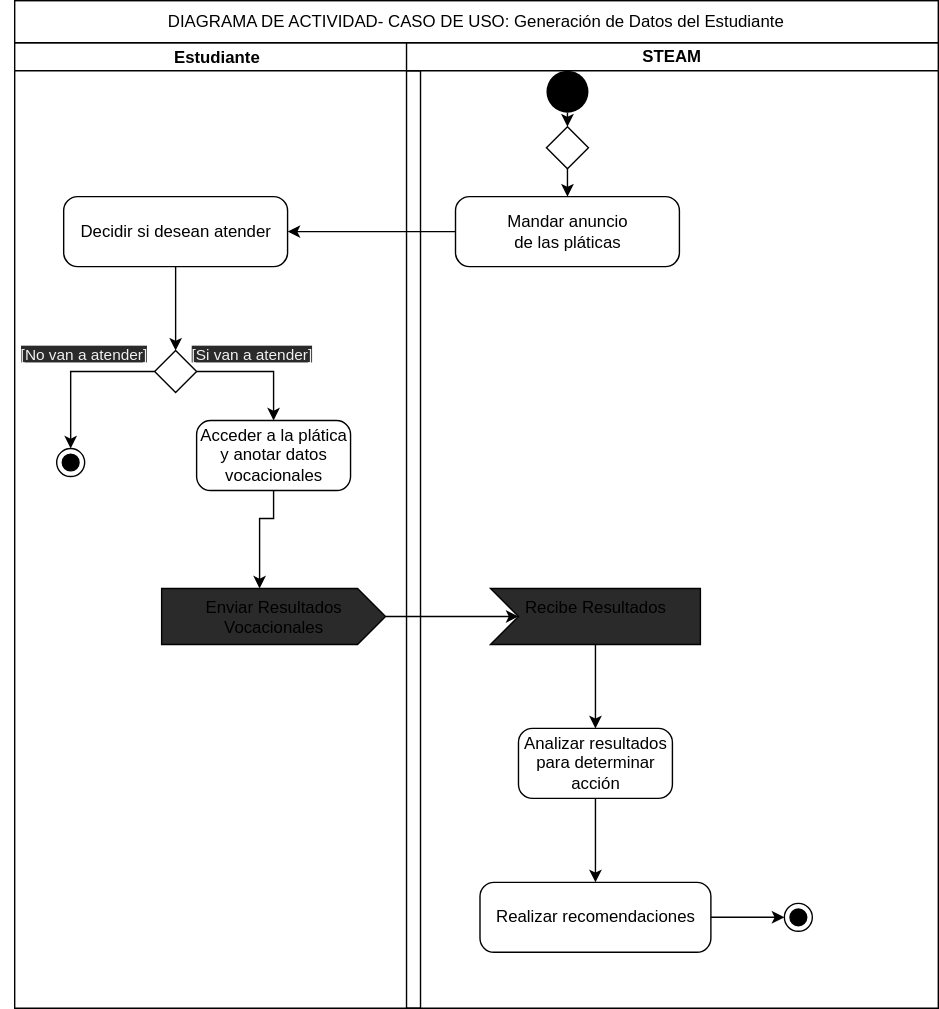
The draw.io diagram diagrams/da_stuBusiness.drawio.svg in BloqueSoftwareDev/srsdoc, before a commit. Source tidied: cells renumbered, new cells last; positions are measured from the earlier drawing's top-left corner, leaving out a move shared by most shapes.
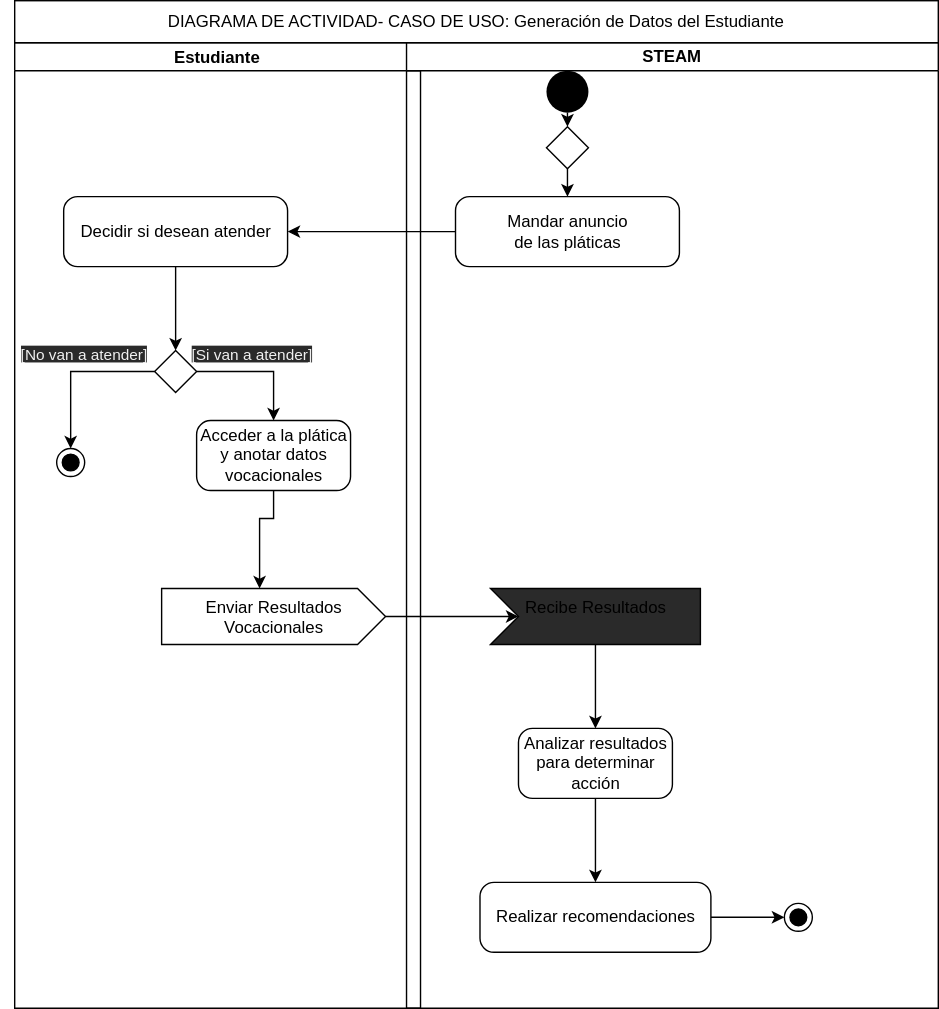
Later version of the same file.

The edit, as a diff of the source:
```diff
@@ -40,7 +40,7 @@
     <mxCell id="12" style="edgeStyle=orthogonalEdgeStyle;rounded=0;jettySize=auto;html=1;exitX=1;exitY=0.5;exitDx=0;exitDy=0;entryX=0.5;entryY=0;entryDx=0;entryDy=0;" parent="2" edge="1" source="5" target="11">
       <mxGeometry relative="1" as="geometry" />
     </mxCell>
-    <mxCell id="13" value="Enviar Resultados&lt;br&gt;Vocacionales" style="html=1;shape=mxgraph.infographic.ribbonSimple;notch1=0;notch2=20;align=center;verticalAlign=top;fontSize=12;fillColor=#2a2a2a;rounded=1;dashed=0;arcSize=10;" parent="2" vertex="1">
+    <mxCell id="13" value="Enviar Resultados&lt;br&gt;Vocacionales" style="html=1;shape=mxgraph.infographic.ribbonSimple;notch1=0;notch2=20;align=center;verticalAlign=top;fontSize=12;rounded=1;dashed=0;arcSize=10;" parent="2" vertex="1">
       <mxGeometry x="105" y="390" width="160" height="40" as="geometry" />
     </mxCell>
     <mxCell id="14" value="STEAM" style="swimlane;startSize=20;whiteSpace=wrap;" parent="1" vertex="1">
```
